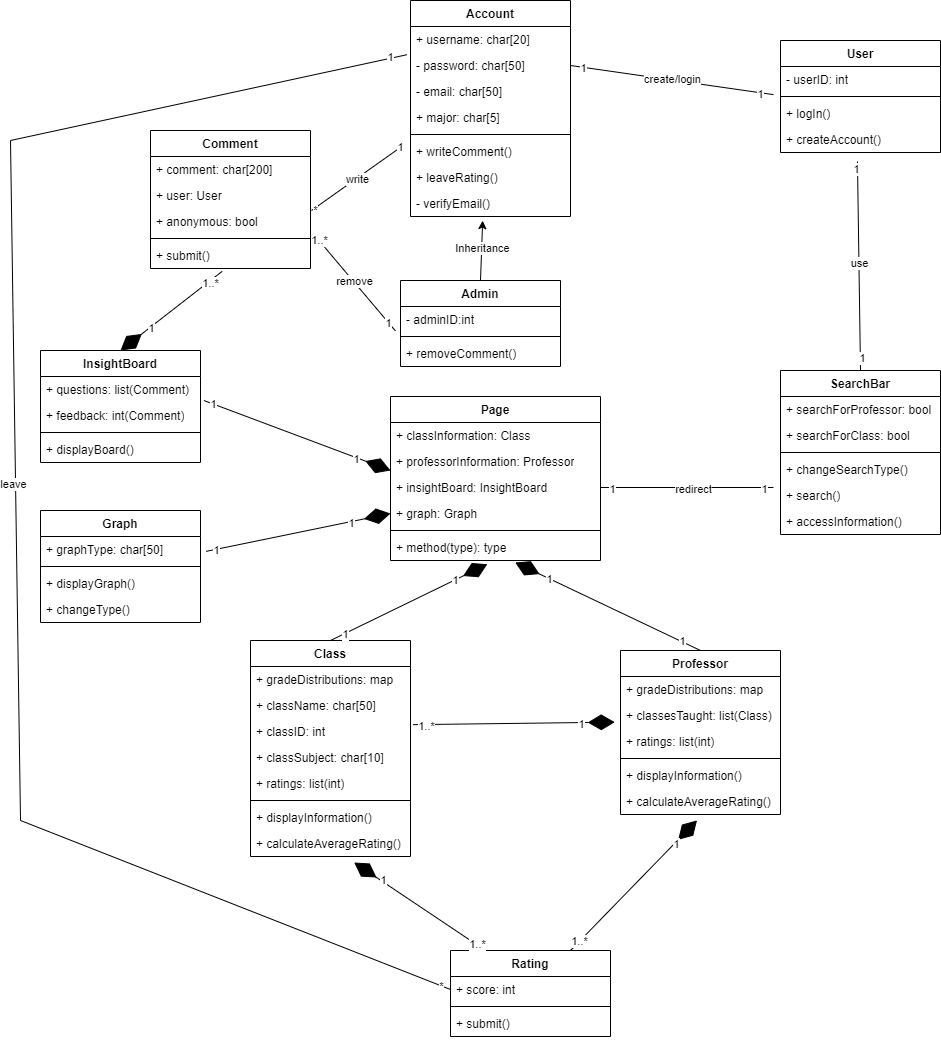
Before: images/Class_Diagram.png, a diagram exported from draw.io (jeffreyHoelzel/LouiesRatings). Source tidied: cells renumbered, new cells last; positions are measured from the earlier drawing's top-left corner, leaving out a move shared by most shapes.
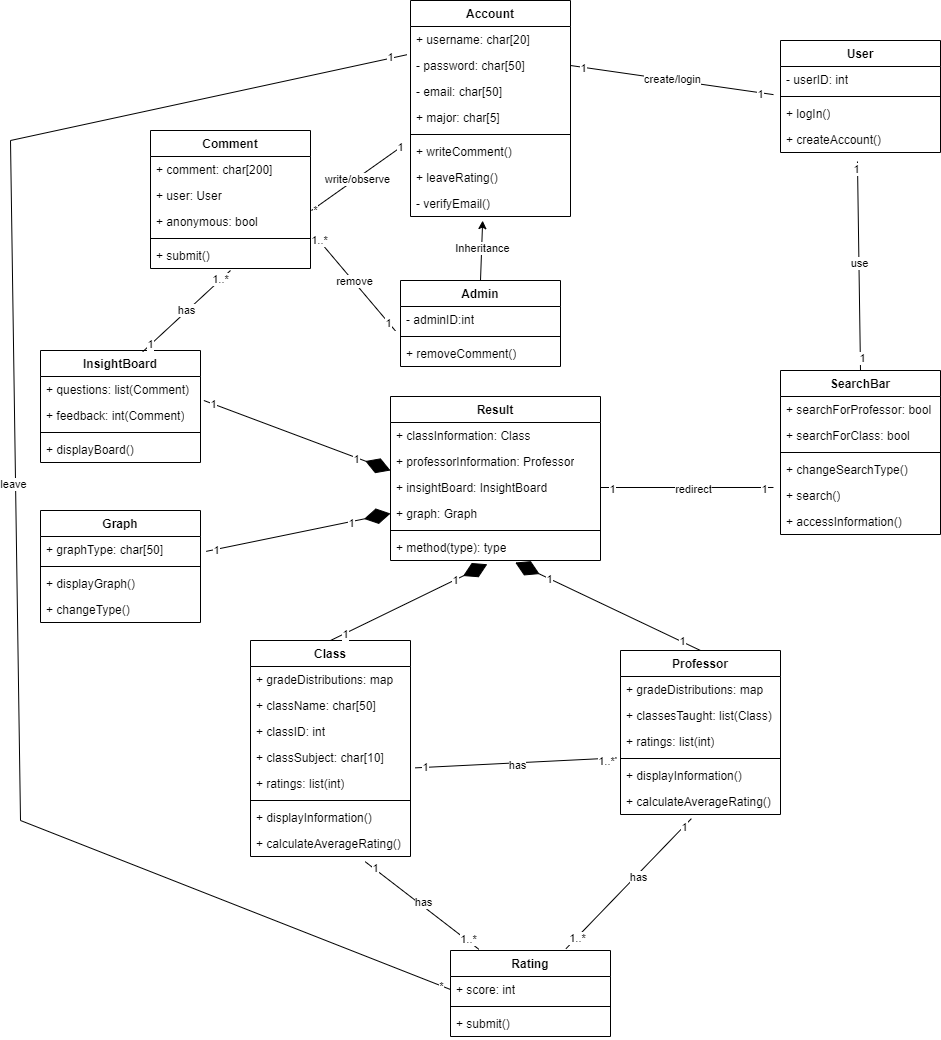
After the commit.

Commit message:
Update D3 after feedback from grader

The edit, as a diff of the source:
```diff
@@ -155,7 +155,7 @@
     <mxCell id="52" value="+ calculateAverageRating()" style="text;strokeColor=none;fillColor=none;align=left;verticalAlign=top;spacingLeft=4;spacingRight=4;overflow=hidden;points=[[0,0.5],[1,0.5]];portConstraint=eastwest;whiteSpace=wrap;html=1;" parent="46" vertex="1">
       <mxGeometry y="138" width="160" height="26" as="geometry" />
     </mxCell>
-    <mxCell id="53" value="Page" style="swimlane;fontStyle=1;align=center;verticalAlign=top;horizontal=1;startSize=26;whiteSpace=wrap;html=1;" parent="1" vertex="1">
+    <mxCell id="53" value="Result" style="swimlane;fontStyle=1;align=center;verticalAlign=top;horizontal=1;startSize=26;whiteSpace=wrap;html=1;" parent="1" vertex="1">
       <mxGeometry x="380" y="396" width="210" height="164" as="geometry" />
     </mxCell>
     <mxCell id="54" value="+ classInformation: Class" style="text;strokeColor=none;fillColor=none;align=left;verticalAlign=top;spacingLeft=4;spacingRight=4;overflow=hidden;whiteSpace=wrap;html=1;" parent="53" vertex="1">
@@ -188,15 +188,6 @@
     <mxCell id="63" value="1" style="edgeLabel;html=1;align=center;verticalAlign=middle;" parent="60" vertex="1">
       <mxGeometry x="-0.88" y="-1" relative="1" as="geometry" />
     </mxCell>
-    <mxCell id="64" style="endArrow=diamondThin;endFill=1;endSize=24;html=1;rounded=0;exitX=1.016;exitY=0.237;exitDx=0;exitDy=0;exitPerimeter=0;entryX=-0.036;entryY=0.756;entryDx=0;entryDy=0;entryPerimeter=0;" parent="1" edge="1" source="40" target="48">
-      <mxGeometry relative="1" as="geometry" />
-    </mxCell>
-    <mxCell id="65" value="1" style="edgeLabel;html=1;align=center;verticalAlign=middle;" parent="64" vertex="1">
-      <mxGeometry x="0.67" y="-1" relative="1" as="geometry" />
-    </mxCell>
-    <mxCell id="66" value="1..*" style="edgeLabel;html=1;align=center;verticalAlign=middle;" parent="64" vertex="1">
-      <mxGeometry x="-0.88" y="-1" relative="1" as="geometry" />
-    </mxCell>
     <mxCell id="67" style="endArrow=diamondThin;endFill=1;endSize=24;html=1;rounded=0;entryX=0.461;entryY=1.143;entryDx=0;entryDy=0;entryPerimeter=0;exitX=0.5;exitY=0;exitDx=0;exitDy=0;" parent="1" edge="1" source="37" target="59">
       <mxGeometry relative="1" as="geometry" />
     </mxCell>
@@ -266,7 +257,7 @@
     <mxCell id="89" style="endArrow=none;html=1;rounded=0;exitX=1.006;exitY=0.077;exitDx=0;exitDy=0;exitPerimeter=0;entryX=-0.047;entryY=0.274;entryDx=0;entryDy=0;entryPerimeter=0;" parent="1" edge="1" source="86" target="14">
       <mxGeometry relative="1" as="geometry" />
     </mxCell>
-    <mxCell id="90" value="write" style="edgeLabel;html=1;align=center;verticalAlign=middle;" parent="89" vertex="1">
+    <mxCell id="90" value="write/observe" style="edgeLabel;html=1;align=center;verticalAlign=middle;" parent="89" vertex="1">
       <mxGeometry x="-0.03" relative="1" as="geometry" />
     </mxCell>
     <mxCell id="91" value="1" style="edgeLabel;html=1;align=center;verticalAlign=middle;" parent="89" vertex="1">
@@ -275,15 +266,6 @@
     <mxCell id="92" value="*" style="edgeLabel;html=1;align=center;verticalAlign=middle;" parent="89" vertex="1">
       <mxGeometry x="-0.95" y="-1" relative="1" as="geometry" />
     </mxCell>
-    <mxCell id="93" style="endArrow=diamondThin;endFill=1;endSize=24;html=1;rounded=0;exitX=0.448;exitY=1.109;exitDx=0;exitDy=0;exitPerimeter=0;entryX=0.5;entryY=0;entryDx=0;entryDy=0;" parent="1" edge="1" source="88" target="78">
-      <mxGeometry relative="1" as="geometry" />
-    </mxCell>
-    <mxCell id="94" value="1" style="edgeLabel;html=1;align=center;verticalAlign=middle;" parent="93" vertex="1">
-      <mxGeometry x="0.41" y="1" relative="1" as="geometry" />
-    </mxCell>
-    <mxCell id="95" value="1..*" style="edgeLabel;html=1;align=center;verticalAlign=middle;" parent="93" vertex="1">
-      <mxGeometry x="-0.74" y="1" relative="1" as="geometry" />
-    </mxCell>
     <mxCell id="96" style="endArrow=diamondThin;endFill=1;endSize=24;html=1;rounded=0;exitX=1.021;exitY=-0.077;exitDx=0;exitDy=0;exitPerimeter=0;" parent="1" edge="1" source="80">
       <mxGeometry relative="1" as="geometry">
         <mxPoint x="380" y="470" as="targetPoint" />
@@ -328,24 +310,6 @@
     <mxCell id="109" value="+ submit()" style="text;strokeColor=none;fillColor=none;align=left;verticalAlign=top;spacingLeft=4;spacingRight=4;overflow=hidden;whiteSpace=wrap;html=1;" parent="106" vertex="1">
       <mxGeometry y="60" width="160" height="26" as="geometry" />
     </mxCell>
-    <mxCell id="110" style="endArrow=diamondThin;endFill=1;endSize=24;html=1;rounded=0;entryX=0.648;entryY=1.232;entryDx=0;entryDy=0;entryPerimeter=0;exitX=0.209;exitY=-0.012;exitDx=0;exitDy=0;exitPerimeter=0;" parent="1" edge="1" source="106" target="45">
-      <mxGeometry relative="1" as="geometry" />
-    </mxCell>
-    <mxCell id="111" value="1..*" style="edgeLabel;html=1;align=center;verticalAlign=middle;" parent="110" vertex="1">
-      <mxGeometry x="-0.88" y="-1" relative="1" as="geometry" />
-    </mxCell>
-    <mxCell id="112" value="1" style="edgeLabel;html=1;align=center;verticalAlign=middle;" parent="110" vertex="1">
-      <mxGeometry x="0.58" y="-1" relative="1" as="geometry" />
-    </mxCell>
-    <mxCell id="113" style="endArrow=diamondThin;endFill=1;endSize=24;html=1;rounded=0;entryX=0.478;entryY=1.229;entryDx=0;entryDy=0;entryPerimeter=0;exitX=0.75;exitY=0;exitDx=0;exitDy=0;" parent="1" edge="1" source="106" target="52">
-      <mxGeometry relative="1" as="geometry" />
-    </mxCell>
-    <mxCell id="114" value="1..*" style="edgeLabel;html=1;align=center;verticalAlign=middle;" parent="113" vertex="1">
-      <mxGeometry x="-0.87" y="1" relative="1" as="geometry" />
-    </mxCell>
-    <mxCell id="115" value="1" style="edgeLabel;html=1;align=center;verticalAlign=middle;" parent="113" vertex="1">
-      <mxGeometry x="0.65" y="-1" relative="1" as="geometry" />
-    </mxCell>
     <mxCell id="116" style="endArrow=none;html=1;rounded=0;entryX=-0.023;entryY=1.086;entryDx=0;entryDy=0;entryPerimeter=0;exitX=0;exitY=0.5;exitDx=0;exitDy=0;" parent="1" edge="1" source="107" target="9">
       <mxGeometry relative="1" as="geometry">
         <Array as="points">
@@ -363,5 +327,53 @@
     <mxCell id="119" value="leave" style="edgeLabel;html=1;align=center;verticalAlign=middle;" parent="116" vertex="1">
       <mxGeometry x="0.03" y="3" relative="1" as="geometry" />
     </mxCell>
+    <mxCell id="120" style="endArrow=none;html=1;rounded=0;exitX=0.639;exitY=0.011;exitDx=0;exitDy=0;exitPerimeter=0;entryX=0.5;entryY=1.077;entryDx=0;entryDy=0;entryPerimeter=0;" parent="1" edge="1" source="78" target="88">
+      <mxGeometry relative="1" as="geometry" />
+    </mxCell>
+    <mxCell id="121" value="1" style="edgeLabel;html=1;align=center;verticalAlign=middle;" parent="120" vertex="1">
+      <mxGeometry x="-0.81" y="1" relative="1" as="geometry" />
+    </mxCell>
+    <mxCell id="122" value="1..*" style="edgeLabel;html=1;align=center;verticalAlign=middle;" parent="120" vertex="1">
+      <mxGeometry x="0.77" y="1" relative="1" as="geometry" />
+    </mxCell>
+    <mxCell id="123" value="has" style="edgeLabel;html=1;align=center;verticalAlign=middle;" parent="120" vertex="1">
+      <mxGeometry x="0.01" y="2" relative="1" as="geometry" />
+    </mxCell>
+    <mxCell id="124" style="endArrow=none;html=1;rounded=0;exitX=1.029;exitY=-0.101;exitDx=0;exitDy=0;exitPerimeter=0;entryX=-0.024;entryY=-0.178;entryDx=0;entryDy=0;entryPerimeter=0;" parent="1" edge="1" source="42" target="51">
+      <mxGeometry relative="1" as="geometry" />
+    </mxCell>
+    <mxCell id="125" value="1" style="edgeLabel;html=1;align=center;verticalAlign=middle;" parent="124" vertex="1">
+      <mxGeometry x="-0.92" y="1" relative="1" as="geometry" />
+    </mxCell>
+    <mxCell id="126" value="1..*" style="edgeLabel;html=1;align=center;verticalAlign=middle;" parent="124" vertex="1">
+      <mxGeometry x="0.89" y="-2" relative="1" as="geometry" />
+    </mxCell>
+    <mxCell id="127" value="has" style="edgeLabel;html=1;align=center;verticalAlign=middle;" parent="124" vertex="1">
+      <mxGeometry x="0.01" y="-2" relative="1" as="geometry" />
+    </mxCell>
+    <mxCell id="110" style="endArrow=none;html=1;rounded=0;exitX=0.178;exitY=-0.013;exitDx=0;exitDy=0;exitPerimeter=0;entryX=0.717;entryY=1.201;entryDx=0;entryDy=0;entryPerimeter=0;" parent="1" edge="1" source="106" target="45">
+      <mxGeometry relative="1" as="geometry" />
+    </mxCell>
+    <mxCell id="128" value="1" style="edgeLabel;html=1;align=center;verticalAlign=middle;" parent="110" vertex="1">
+      <mxGeometry x="0.83" y="-1" relative="1" as="geometry" />
+    </mxCell>
+    <mxCell id="129" value="1..*" style="edgeLabel;html=1;align=center;verticalAlign=middle;" parent="110" vertex="1">
+      <mxGeometry x="-0.78" y="-2" relative="1" as="geometry" />
+    </mxCell>
+    <mxCell id="130" value="has" style="edgeLabel;html=1;align=center;verticalAlign=middle;" parent="110" vertex="1">
+      <mxGeometry x="0.03" y="-3" relative="1" as="geometry" />
+    </mxCell>
+    <mxCell id="113" style="endArrow=none;html=1;rounded=0;exitX=0.722;exitY=-0.021;exitDx=0;exitDy=0;exitPerimeter=0;entryX=0.443;entryY=1.16;entryDx=0;entryDy=0;entryPerimeter=0;" parent="1" edge="1" source="106" target="52">
+      <mxGeometry relative="1" as="geometry" />
+    </mxCell>
+    <mxCell id="131" value="1..*" style="edgeLabel;html=1;align=center;verticalAlign=middle;" parent="113" vertex="1">
+      <mxGeometry x="-0.83" relative="1" as="geometry" />
+    </mxCell>
+    <mxCell id="132" value="1" style="edgeLabel;html=1;align=center;verticalAlign=middle;" parent="113" vertex="1">
+      <mxGeometry x="0.87" relative="1" as="geometry" />
+    </mxCell>
+    <mxCell id="133" value="has" style="edgeLabel;html=1;align=center;verticalAlign=middle;" parent="113" vertex="1">
+      <mxGeometry x="0.13" y="-2" relative="1" as="geometry" />
+    </mxCell>
   </root>
 </mxGraphModel>
```
